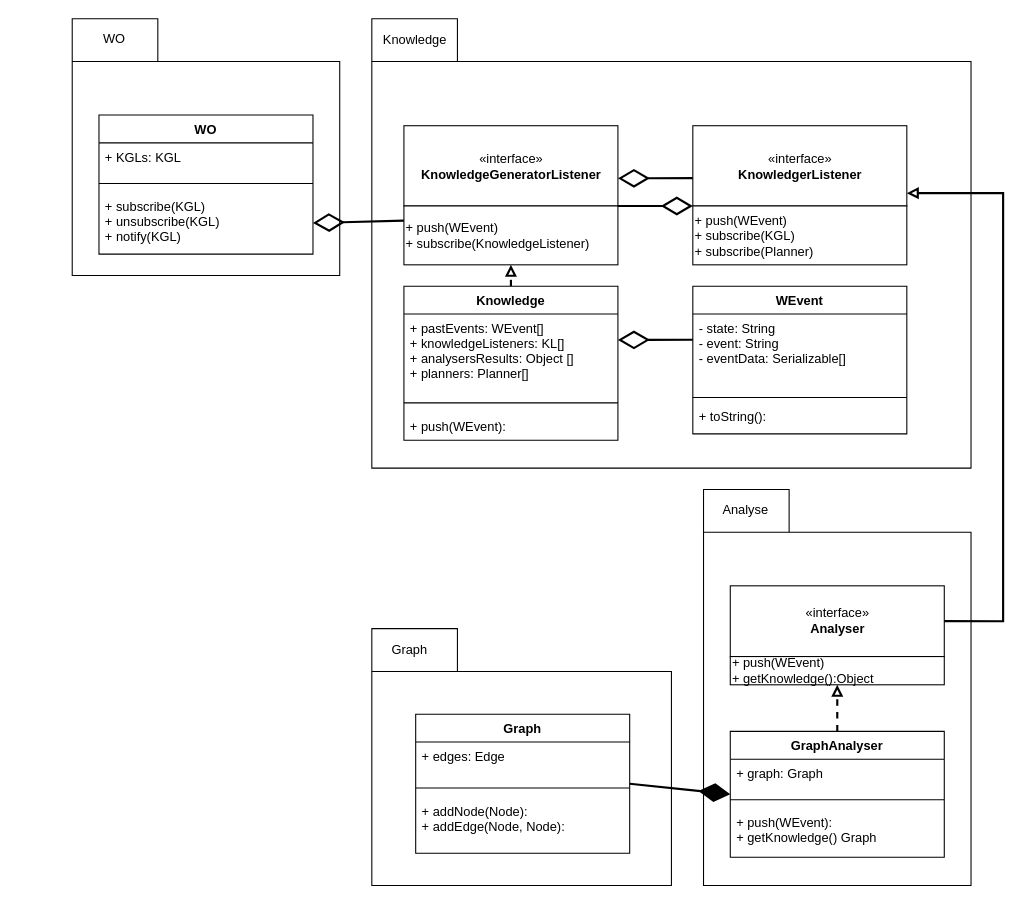
Sylv-Lej/thesis-separation-concerns keeps this draw.io diagram as fig/drawio/MAK.drawio. Above is the earlier version. Source tidied: cells renumbered, new cells numbered last; positions are measured from the earlier drawing's top-left corner, leaving out a move shared by most shapes. Both pictures are drawn from the tidied source at 107%, with x=0, y=0 at pixel (72, 18).
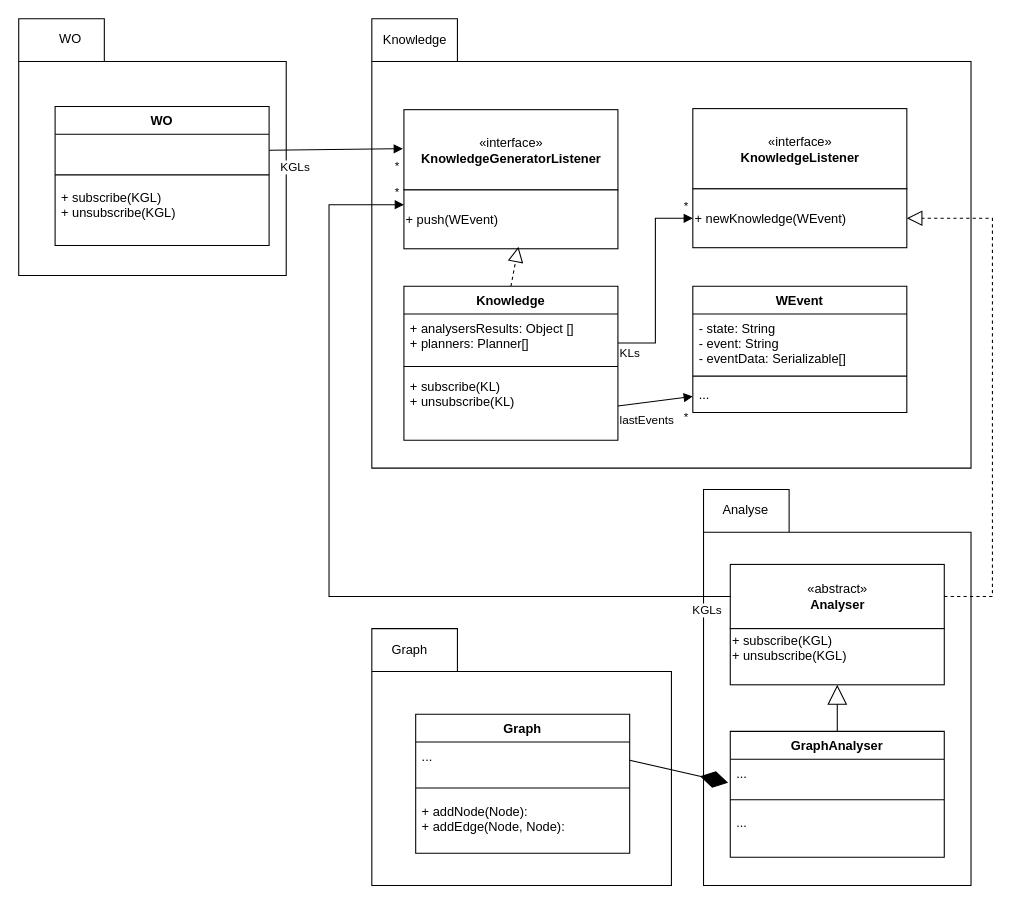
The same diagram, later.

Commit message (it also covers changes not shown here):
add flavien's uml

The change refers to these unchanged cells:
```xml
<mxCell id="6" value="Graph" style="swimlane;fontStyle=1;align=center;verticalAlign=top;horizontal=1;startSize=26;" parent="3" vertex="1">
  <mxGeometry x="41" y="80" width="200" height="130" as="geometry" />
</mxCell>
<mxCell id="10" style="group;" parent="1" vertex="1">
  <mxGeometry x="280" width="560" height="420" as="geometry" />
</mxCell>
<mxCell id="14" value="Knowledge" style="swimlane;fontStyle=1;align=center;verticalAlign=top;horizontal=1;startSize=26;" parent="1" vertex="1">
  <mxGeometry x="310" y="250" width="200" height="144" as="geometry" />
</mxCell>
<mxCell id="31" style="group;" parent="1" vertex="1">
  <mxGeometry x="590" y="440" width="250" height="370" as="geometry" />
</mxCell>
<mxCell id="37" value="GraphAnalyser" style="swimlane;fontStyle=1;align=center;verticalAlign=top;horizontal=1;startSize=26;" parent="31" vertex="1">
  <mxGeometry x="25" y="226" width="200" height="117.6" as="geometry" />
</mxCell>
```

Diff of the diagram source:
```diff
@@
-    <mxCell id="7" value="+ edges: Edge&#10;&#10;&#10;&#10;&#10;" style="text;strokeColor=none;fillColor=none;align=left;verticalAlign=top;spacingLeft=4;spacingRight=4;overflow=hidden;points=[[0,0.5],[1,0.5]];portConstraint=eastwest;" parent="6" vertex="1">
+    <mxCell id="7" value="..." style="text;strokeColor=none;fillColor=none;align=left;verticalAlign=top;spacingLeft=4;spacingRight=4;overflow=hidden;points=[[0,0.5],[1,0.5]];portConstraint=eastwest;" parent="6" vertex="1">
       <mxGeometry y="26" width="200" height="34" as="geometry" />
     </mxCell>
@@
-    <mxCell id="13" style="edgeStyle=orthogonalEdgeStyle;rounded=0;jettySize=auto;html=1;exitX=0.5;exitY=0;exitDx=0;exitDy=0;entryX=0.5;entryY=1;entryDx=0;entryDy=0;endArrow=block;endFill=0;strokeWidth=2;dashed=1;" parent="1" edge="1" source="14" target="20">
-      <mxGeometry relative="1" as="geometry" />
-    </mxCell>
+    <mxCell id="16" style="line;strokeWidth=1;fillColor=none;align=left;verticalAlign=middle;spacingTop=-1;spacingLeft=3;spacingRight=3;labelPosition=right;" parent="10" vertex="1">
+      <mxGeometry x="30" y="320" width="200" height="10" as="geometry" />
+    </mxCell>
@@
-    <mxCell id="15" value="+ pastEvents: WEvent[]&#10;+ knowledgeListeners: KL[]&#10;+ analysersResults: Object []&#10;+ planners: Planner[]&#10;&#10;&#10;&#10;&#10;" style="text;strokeColor=none;fillColor=none;align=left;verticalAlign=top;spacingLeft=4;spacingRight=4;overflow=hidden;points=[[0,0.5],[1,0.5]];portConstraint=eastwest;" parent="14" vertex="1">
-      <mxGeometry y="26" width="200" height="74" as="geometry" />
+    <mxCell id="15" value="+ analysersResults: Object []&#10;+ planners: Planner[]" style="text;strokeColor=none;fillColor=none;align=left;verticalAlign=top;spacingLeft=4;spacingRight=4;overflow=hidden;points=[[0,0.5],[1,0.5]];portConstraint=eastwest;" parent="14" vertex="1">
+      <mxGeometry y="26" width="200" height="54" as="geometry" />
     </mxCell>
-    <mxCell id="16" style="line;strokeWidth=1;fillColor=none;align=left;verticalAlign=middle;spacingTop=-1;spacingLeft=3;spacingRight=3;labelPosition=right;" parent="14" vertex="1">
-      <mxGeometry y="100" width="200" height="18" as="geometry" />
-    </mxCell>
-    <mxCell id="17" value="+ push(WEvent):" style="text;strokeColor=none;fillColor=none;align=left;verticalAlign=top;spacingLeft=4;spacingRight=4;overflow=hidden;points=[[0,0.5],[1,0.5]];portConstraint=eastwest;" parent="14" vertex="1">
-      <mxGeometry y="118" width="200" height="26" as="geometry" />
+    <mxCell id="17" value="+ subscribe(KL)&#10;+ unsubscribe(KL)&#10;" style="text;strokeColor=none;fillColor=none;align=left;verticalAlign=top;spacingLeft=4;spacingRight=4;overflow=hidden;points=[[0,0.5],[1,0.5]];portConstraint=eastwest;" parent="14" vertex="1">
+      <mxGeometry y="80" width="200" height="64" as="geometry" />
     </mxCell>
     <mxCell id="18" style="group;" parent="1" vertex="1">
-      <mxGeometry x="310" y="100" width="200" height="130" as="geometry" />
+      <mxGeometry x="310" y="85" width="200" height="130" as="geometry" />
     </mxCell>
@@
-    <mxCell id="20" value="+ push(WEvent)&lt;br&gt;+ subscribe(KnowledgeListener)&lt;br&gt;" style="html=1;align=left;" parent="18" vertex="1">
+    <mxCell id="20" value="+ push(WEvent)" style="html=1;align=left;" parent="18" vertex="1">
       <mxGeometry y="75" width="200" height="55" as="geometry" />
     </mxCell>
     <mxCell id="21" value="WEvent" style="swimlane;fontStyle=1;align=center;verticalAlign=top;horizontal=1;startSize=26;" parent="1" vertex="1">
-      <mxGeometry x="580" y="250" width="200" height="138" as="geometry" />
+      <mxGeometry x="580" y="250" width="200" height="118" as="geometry" />
     </mxCell>
-    <mxCell id="22" value="- state: String&#10;- event: String&#10;- eventData: Serializable[]&#10;" style="text;strokeColor=none;fillColor=none;align=left;verticalAlign=top;spacingLeft=4;spacingRight=4;overflow=hidden;" parent="21" vertex="1">
-      <mxGeometry y="26" width="200" height="74" as="geometry" />
+    <mxCell id="22" value="- state: String&#10;- event: String&#10;- eventData: Serializable[]" style="text;strokeColor=none;fillColor=none;align=left;verticalAlign=top;spacingLeft=4;spacingRight=4;overflow=hidden;" parent="21" vertex="1">
+      <mxGeometry y="26" width="200" height="54" as="geometry" />
     </mxCell>
     <mxCell id="23" style="line;strokeWidth=1;fillColor=none;align=left;verticalAlign=middle;spacingTop=-1;spacingLeft=3;spacingRight=3;labelPosition=right;" parent="21" vertex="1">
-      <mxGeometry y="100" width="200" height="8" as="geometry" />
+      <mxGeometry y="80" width="200" height="8" as="geometry" />
     </mxCell>
-    <mxCell id="24" value="+ toString():" style="text;strokeColor=none;fillColor=none;align=left;verticalAlign=top;spacingLeft=4;spacingRight=4;overflow=hidden;points=[[0,0.5],[1,0.5]];portConstraint=eastwest;" parent="21" vertex="1">
-      <mxGeometry y="108" width="200" height="30" as="geometry" />
+    <mxCell id="24" value="..." style="text;strokeColor=none;fillColor=none;align=left;verticalAlign=top;spacingLeft=4;spacingRight=4;overflow=hidden;points=[[0,0.5],[1,0.5]];portConstraint=eastwest;" parent="21" vertex="1">
+      <mxGeometry y="88" width="200" height="30" as="geometry" />
     </mxCell>
     <mxCell id="25" style="group;" parent="1" vertex="1">
-      <mxGeometry x="580" y="100" width="200" height="130" as="geometry" />
+      <mxGeometry x="580" y="84" width="200" height="130" as="geometry" />
     </mxCell>
-    <mxCell id="26" value="«interface»&lt;br&gt;&lt;span style=&quot;font-weight: 700&quot;&gt;KnowledgerListener&lt;/span&gt;" style="html=1;" parent="25" vertex="1">
+    <mxCell id="26" value="«interface»&lt;br&gt;&lt;span style=&quot;font-weight: 700&quot;&gt;KnowledgeListener&lt;/span&gt;" style="html=1;" parent="25" vertex="1">
       <mxGeometry width="200" height="75" as="geometry" />
     </mxCell>
-    <mxCell id="27" value="+ push(WEvent)&lt;br&gt;+ subscribe(KGL)&lt;br&gt;+ subscribe(Planner)" style="html=1;align=left;" parent="25" vertex="1">
+    <mxCell id="27" value="+ newKnowledge(WEvent)" style="html=1;align=left;" parent="25" vertex="1">
       <mxGeometry y="75" width="200" height="55" as="geometry" />
     </mxCell>
-    <mxCell id="28" style="endArrow=diamondThin;endFill=0;endSize=24;html=1;strokeWidth=2;" parent="1" edge="1">
-      <mxGeometry relative="1" as="geometry">
-        <mxPoint x="580" y="149" as="sourcePoint" />
-        <mxPoint x="510" y="149.2" as="targetPoint" />
-      </mxGeometry>
-    </mxCell>
-    <mxCell id="29" style="endArrow=diamondThin;endFill=0;endSize=24;html=1;strokeWidth=2;entryX=0;entryY=1;entryDx=0;entryDy=0;exitX=1;exitY=0;exitDx=0;exitDy=0;" parent="1" edge="1" source="20" target="26">
-      <mxGeometry relative="1" as="geometry" />
-    </mxCell>
-    <mxCell id="30" style="endArrow=diamondThin;endFill=0;endSize=24;html=1;strokeWidth=2;" parent="1" edge="1">
-      <mxGeometry relative="1" as="geometry">
-        <mxPoint x="580" y="300" as="sourcePoint" />
-        <mxPoint x="510" y="300.2" as="targetPoint" />
-      </mxGeometry>
-    </mxCell>
@@
     <mxCell id="34" style="group;" parent="31" vertex="1">
-      <mxGeometry x="25" y="90" width="200" height="92.5" as="geometry" />
+      <mxGeometry x="25" y="70" width="200" height="112.5" as="geometry" />
     </mxCell>
-    <mxCell id="35" value="«interface»&lt;br&gt;&lt;span style=&quot;font-weight: 700&quot;&gt;Analyser&lt;/span&gt;" style="html=1;" parent="34" vertex="1">
-      <mxGeometry width="200" height="66.1" as="geometry" />
+    <mxCell id="35" value="«abstract»&lt;br&gt;&lt;span style=&quot;font-weight: 700&quot;&gt;Analyser&lt;/span&gt;" style="html=1;" parent="34" vertex="1">
+      <mxGeometry width="200" height="60" as="geometry" />
     </mxCell>
-    <mxCell id="36" value="+ push(WEvent)&lt;br&gt;+ getKnowledge():Object" style="html=1;align=left;" parent="34" vertex="1">
-      <mxGeometry y="66.1" width="200" height="26.4" as="geometry" />
+    <mxCell id="36" value="+ subscribe(KGL)&lt;br style=&quot;padding: 0px ; margin: 0px&quot;&gt;+ unsubscribe(KGL)&lt;div style=&quot;padding: 0px ; margin: 0px&quot;&gt;&lt;br style=&quot;padding: 0px ; margin: 0px&quot;&gt;&lt;/div&gt;" style="html=1;align=left;" parent="34" vertex="1">
+      <mxGeometry y="60" width="200" height="52.5" as="geometry" />
     </mxCell>
@@
-    <mxCell id="38" value="+ graph: Graph&#10;&#10;&#10;&#10;&#10;" style="text;strokeColor=none;fillColor=none;align=left;verticalAlign=top;spacingLeft=4;spacingRight=4;overflow=hidden;points=[[0,0.5],[1,0.5]];portConstraint=eastwest;" parent="37" vertex="1">
+    <mxCell id="38" value="..." style="text;strokeColor=none;fillColor=none;align=left;verticalAlign=top;spacingLeft=4;spacingRight=4;overflow=hidden;points=[[0,0.5],[1,0.5]];portConstraint=eastwest;" parent="37" vertex="1">
       <mxGeometry y="26" width="200" height="30" as="geometry" />
     </mxCell>
@@
-    <mxCell id="40" value="+ push(WEvent):&#10;+ getKnowledge() Graph" style="text;strokeColor=none;fillColor=none;align=left;verticalAlign=top;spacingLeft=4;spacingRight=4;overflow=hidden;" parent="37" vertex="1">
+    <mxCell id="40" value="..." style="text;strokeColor=none;fillColor=none;align=left;verticalAlign=top;spacingLeft=4;spacingRight=4;overflow=hidden;" parent="37" vertex="1">
       <mxGeometry y="71.8" width="200" height="45.8" as="geometry" />
     </mxCell>
-    <mxCell id="41" style="edgeStyle=orthogonalEdgeStyle;rounded=0;jettySize=auto;html=1;entryX=0.5;entryY=1;entryDx=0;entryDy=0;dashed=1;endArrow=block;endFill=0;strokeWidth=2;" parent="31" edge="1" source="37" target="36">
+    <mxCell id="41" style="endArrow=block;endSize=16;endFill=0;html=1;rounded=0;exitX=0.5;exitY=0;exitDx=0;exitDy=0;" parent="31" edge="1" source="37" target="36">
       <mxGeometry relative="1" as="geometry" />
     </mxCell>
-    <mxCell id="42" style="endArrow=diamondThin;endFill=1;endSize=24;html=1;strokeWidth=2;entryX=0;entryY=0.5;entryDx=0;entryDy=0;exitX=1;exitY=0.5;exitDx=0;exitDy=0;" parent="1" edge="1" source="6" target="37">
-      <mxGeometry relative="1" as="geometry" />
-    </mxCell>
-    <mxCell id="43" style="edgeStyle=orthogonalEdgeStyle;rounded=0;jettySize=auto;html=1;endArrow=block;endFill=0;strokeWidth=2;exitX=1;exitY=0.5;exitDx=0;exitDy=0;" parent="1" edge="1" source="35">
-      <mxGeometry relative="1" as="geometry">
-        <mxPoint x="780" y="163" as="targetPoint" />
-        <Array as="points">
-          <mxPoint x="870" y="563" />
-          <mxPoint x="870" y="163" />
-        </Array>
-      </mxGeometry>
-    </mxCell>
     <mxCell id="44" style="shape=folder;fontStyle=1;spacingTop=10;tabWidth=80;tabHeight=40;tabPosition=left;html=1;" parent="1" vertex="1">
-      <mxGeometry width="250" height="240" as="geometry" />
+      <mxGeometry x="-50" width="250" height="240" as="geometry" />
     </mxCell>
     <mxCell id="45" value="WO" style="text;html=1;align=center;verticalAlign=middle;strokeColor=none;" parent="1" vertex="1">
-      <mxGeometry x="18.9" y="8.8" width="40" height="20" as="geometry" />
+      <mxGeometry x="-22.1" y="8.8" width="40" height="20" as="geometry" />
     </mxCell>
     <mxCell id="46" value="WO" style="swimlane;fontStyle=1;align=center;verticalAlign=top;horizontal=1;startSize=26;" parent="1" vertex="1">
-      <mxGeometry x="25" y="90" width="200" height="130" as="geometry" />
+      <mxGeometry x="-16" y="82" width="200" height="130" as="geometry" />
     </mxCell>
-    <mxCell id="47" value="+ KGLs: KGL&#10;&#10;&#10;&#10;&#10;" style="text;strokeColor=none;fillColor=none;align=left;verticalAlign=top;spacingLeft=4;spacingRight=4;overflow=hidden;points=[[0,0.5],[1,0.5]];portConstraint=eastwest;" parent="46" vertex="1">
+    <mxCell id="47" value="&#10;" style="text;strokeColor=none;fillColor=none;align=left;verticalAlign=top;spacingLeft=4;spacingRight=4;overflow=hidden;points=[[0,0.5],[1,0.5]];portConstraint=eastwest;" parent="46" vertex="1">
       <mxGeometry y="26" width="200" height="30" as="geometry" />
     </mxCell>
@@
-    <mxCell id="49" value="+ subscribe(KGL)&#10;+ unsubscribe(KGL)&#10;+ notify(KGL)&#10;" style="text;strokeColor=none;fillColor=none;align=left;verticalAlign=top;spacingLeft=4;spacingRight=4;overflow=hidden;points=[[0,0.5],[1,0.5]];portConstraint=eastwest;" parent="46" vertex="1">
+    <mxCell id="49" value="+ subscribe(KGL)&#10;+ unsubscribe(KGL)&#10;" style="text;strokeColor=none;fillColor=none;align=left;verticalAlign=top;spacingLeft=4;spacingRight=4;overflow=hidden;points=[[0,0.5],[1,0.5]];portConstraint=eastwest;" parent="46" vertex="1">
       <mxGeometry y="71.8" width="200" height="58.2" as="geometry" />
     </mxCell>
-    <mxCell id="50" style="endArrow=diamondThin;endFill=0;endSize=24;html=1;strokeWidth=2;exitX=0;exitY=0.25;exitDx=0;exitDy=0;entryX=1;entryY=0.5;entryDx=0;entryDy=0;" parent="1" edge="1" source="20" target="49">
-      <mxGeometry relative="1" as="geometry" />
-    </mxCell>
+    <mxCell id="51" value="KGLs" style="endArrow=block;endFill=1;html=1;align=left;verticalAlign=top;rounded=0;entryX=0;entryY=0.5;entryDx=0;entryDy=0;exitX=1;exitY=0.5;exitDx=0;exitDy=0;" parent="1" edge="1" source="47">
+      <mxGeometry x="-0.85" y="-2" relative="1" as="geometry">
+        <mxPoint x="309" y="121.5" as="targetPoint" />
+        <mxPoint y="1" as="offset" />
+      </mxGeometry>
+    </mxCell>
+    <mxCell id="52" value="*" style="edgeLabel;html=1;align=left;verticalAlign=bottom;" parent="51" vertex="1">
+      <mxGeometry x="-1" relative="1" as="geometry">
+        <mxPoint x="116" y="23" as="offset" />
+      </mxGeometry>
+    </mxCell>
+    <mxCell id="53" value="KGLs" style="endArrow=block;endFill=1;html=1;edgeStyle=orthogonalEdgeStyle;align=left;verticalAlign=top;rounded=0;exitX=0;exitY=0.5;exitDx=0;exitDy=0;entryX=0;entryY=0.25;entryDx=0;entryDy=0;" parent="1" edge="1">
+      <mxGeometry x="-0.91" relative="1" as="geometry">
+        <mxPoint x="615" y="540" as="sourcePoint" />
+        <mxPoint x="310" y="173.8" as="targetPoint" />
+        <Array as="points">
+          <mxPoint x="240" y="540" />
+          <mxPoint x="240" y="174" />
+        </Array>
+      </mxGeometry>
+    </mxCell>
+    <mxCell id="54" value="*" style="edgeLabel;html=1;align=left;verticalAlign=bottom;" parent="53" vertex="1">
+      <mxGeometry x="-1" relative="1" as="geometry">
+        <mxPoint x="-315" y="-370" as="offset" />
+      </mxGeometry>
+    </mxCell>
+    <mxCell id="55" style="endArrow=block;dashed=1;endFill=0;endSize=12;html=1;rounded=0;exitX=1;exitY=0.5;exitDx=0;exitDy=0;entryX=1;entryY=0.5;entryDx=0;entryDy=0;edgeStyle=orthogonalEdgeStyle;" parent="1" edge="1" source="35" target="27">
+      <mxGeometry relative="1" as="geometry">
+        <Array as="points">
+          <mxPoint x="860" y="540" />
+          <mxPoint x="860" y="187" />
+        </Array>
+      </mxGeometry>
+    </mxCell>
+    <mxCell id="13" style="endArrow=block;dashed=1;endFill=0;endSize=12;html=1;rounded=0;entryX=0.535;entryY=0.964;entryDx=0;entryDy=0;entryPerimeter=0;exitX=0.5;exitY=0;exitDx=0;exitDy=0;" parent="1" edge="1" source="14" target="20">
+      <mxGeometry relative="1" as="geometry" />
+    </mxCell>
+    <mxCell id="56" value="KLs" style="endArrow=block;endFill=1;html=1;edgeStyle=orthogonalEdgeStyle;align=left;verticalAlign=top;rounded=0;exitX=1;exitY=0.5;exitDx=0;exitDy=0;entryX=0;entryY=0.5;entryDx=0;entryDy=0;" parent="1" edge="1" source="15" target="27">
+      <mxGeometry x="-1" y="3" relative="1" as="geometry" />
+    </mxCell>
+    <mxCell id="57" value="*" style="edgeLabel;html=1;align=left;verticalAlign=bottom;" parent="56" vertex="1">
+      <mxGeometry x="-1" relative="1" as="geometry">
+        <mxPoint x="60" y="-120" as="offset" />
+      </mxGeometry>
+    </mxCell>
+    <mxCell id="58" value="lastEvents" style="endArrow=block;endFill=1;html=1;align=left;verticalAlign=top;rounded=0;exitX=1;exitY=0.5;exitDx=0;exitDy=0;entryX=0;entryY=0.5;entryDx=0;entryDy=0;" parent="1" edge="1" source="17" target="24">
+      <mxGeometry x="-1" relative="1" as="geometry" />
+    </mxCell>
+    <mxCell id="59" value="*" style="edgeLabel;html=1;align=left;verticalAlign=bottom;" parent="58" vertex="1">
+      <mxGeometry x="-1" relative="1" as="geometry">
+        <mxPoint x="60" y="18" as="offset" />
+      </mxGeometry>
+    </mxCell>
+    <mxCell id="60" style="endArrow=diamondThin;endFill=1;endSize=24;html=1;rounded=0;entryX=-0.01;entryY=0.734;entryDx=0;entryDy=0;entryPerimeter=0;exitX=1;exitY=0.5;exitDx=0;exitDy=0;" parent="1" edge="1" source="7" target="38">
+      <mxGeometry relative="1" as="geometry" />
+    </mxCell>
```
